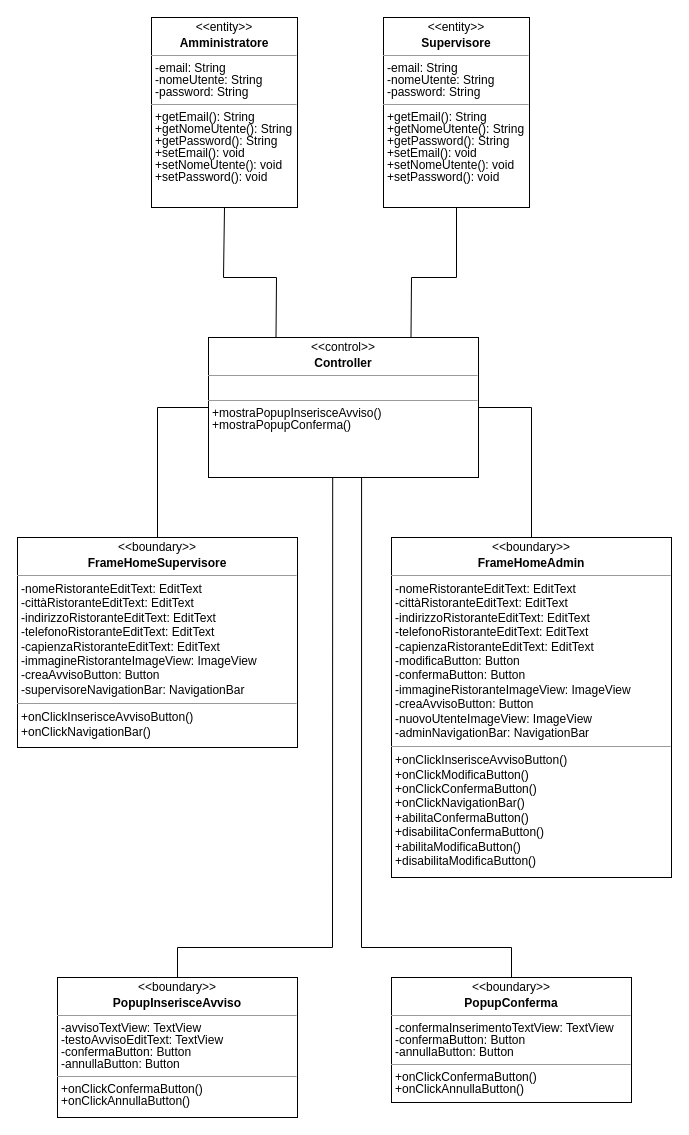
The draw.io diagram Documentazione/Class Diagram/Analisi/drawio/Analysis Class Diagram - Inserisce Avviso.drawio in vittorioruggiero/Progetto-IngSw, before the edit. Source tidied: cells renumbered, new cells numbered last; positions are measured from the earlier drawing's top-left corner, leaving out a move shared by most shapes. Both pictures are drawn from the tidied source at 100%, with x=0, y=0 at pixel (17, 17).
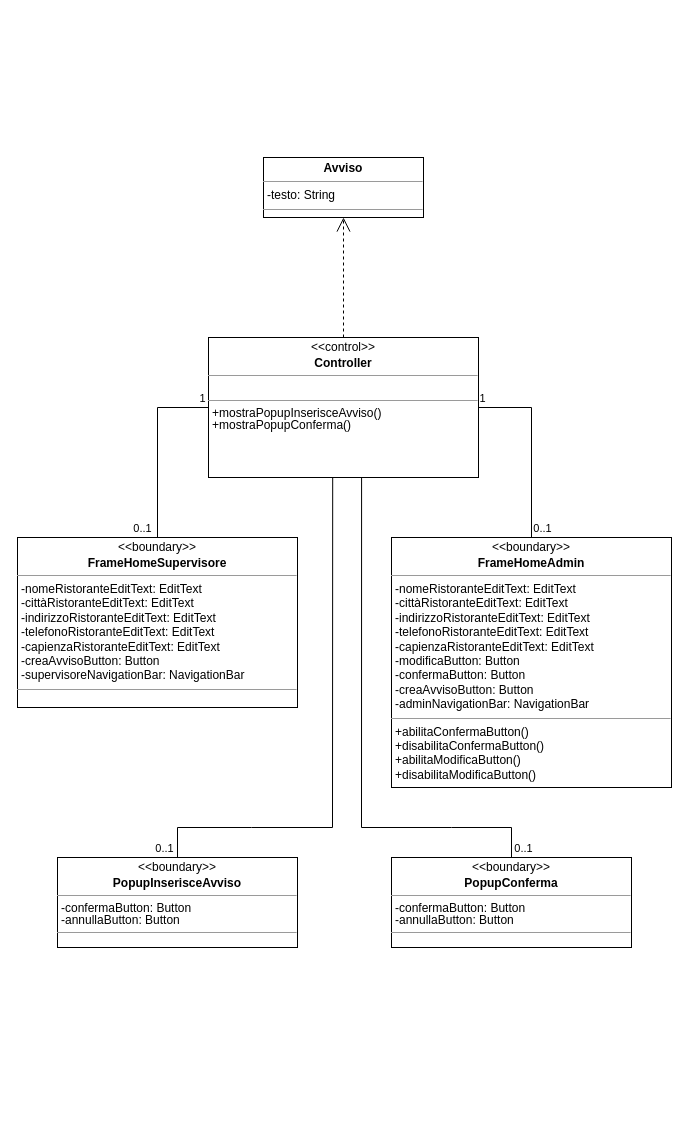
After the change.

Unchanged cells that the change refers to:
```xml
<mxCell id="6" value="&lt;p style=&quot;margin: 4px 0px 0px; text-align: center; line-height: 100%;&quot;&gt;&amp;lt;&amp;lt;control&amp;gt;&amp;gt;&lt;/p&gt;&lt;p style=&quot;margin: 4px 0px 0px; text-align: center; line-height: 100%;&quot;&gt;&lt;b&gt;Controller&lt;/b&gt;&lt;/p&gt;&lt;hr size=&quot;1&quot;&gt;&lt;p style=&quot;margin: 0px 0px 0px 4px; line-height: 100%;&quot;&gt;&lt;br&gt;&lt;/p&gt;&lt;hr size=&quot;1&quot;&gt;&lt;p style=&quot;margin: 0px 0px 0px 4px; line-height: 100%;&quot;&gt;&lt;span style=&quot;background-color: initial;&quot;&gt;+mostraPopupInserisceAvviso()&lt;/span&gt;&lt;br&gt;&lt;/p&gt;&lt;p style=&quot;margin: 0px 0px 0px 4px; line-height: 100%;&quot;&gt;+mostraPopupConferma()&lt;/p&gt;&lt;p style=&quot;margin: 0px 0px 0px 4px; line-height: 100%;&quot;&gt;&lt;br&gt;&lt;/p&gt;" style="verticalAlign=top;align=left;overflow=fill;fontSize=12;fontFamily=Helvetica;html=1;" parent="1" vertex="1">
  <mxGeometry x="191" y="320" width="270" height="140" as="geometry" />
</mxCell>
<mxCell id="8" style="endArrow=none;html=1;rounded=0;exitX=0.5;exitY=0;exitDx=0;exitDy=0;entryX=1;entryY=0.5;entryDx=0;entryDy=0;" parent="1" edge="1" source="3" target="6">
  <mxGeometry relative="1" as="geometry">
    <Array as="points">
      <mxPoint x="514" y="390" />
    </Array>
  </mxGeometry>
</mxCell>
<mxCell id="12" style="endArrow=none;html=1;rounded=0;entryX=0;entryY=0.5;entryDx=0;entryDy=0;exitX=0.5;exitY=0;exitDx=0;exitDy=0;" parent="1" edge="1" source="11" target="6">
  <mxGeometry relative="1" as="geometry">
    <Array as="points">
      <mxPoint x="140" y="390" />
    </Array>
  </mxGeometry>
</mxCell>
```

Diff of the diagram source:
```diff
@@
-    <mxCell id="2" value="&lt;p style=&quot;margin: 4px 0px 0px; text-align: center; line-height: 100%;&quot;&gt;&amp;lt;&amp;lt;entity&amp;gt;&amp;gt;&lt;/p&gt;&lt;p style=&quot;margin: 4px 0px 0px; text-align: center; line-height: 100%;&quot;&gt;&lt;b&gt;Amministratore&lt;/b&gt;&lt;/p&gt;&lt;hr style=&quot;line-height: 100%;&quot; size=&quot;1&quot;&gt;&lt;p style=&quot;margin: 0px 0px 0px 4px; line-height: 100%;&quot;&gt;-email: String&lt;/p&gt;&lt;p style=&quot;margin: 0px 0px 0px 4px; line-height: 100%;&quot;&gt;-nomeUtente: String&lt;/p&gt;&lt;p style=&quot;margin: 0px 0px 0px 4px; line-height: 100%;&quot;&gt;-password: String&lt;/p&gt;&lt;hr style=&quot;line-height: 100%;&quot; size=&quot;1&quot;&gt;&lt;p style=&quot;margin: 0px 0px 0px 4px; line-height: 100%;&quot;&gt;+getEmail(): String&lt;/p&gt;&lt;p style=&quot;margin: 0px 0px 0px 4px; line-height: 100%;&quot;&gt;+getNomeUtente(): String&lt;/p&gt;&lt;p style=&quot;margin: 0px 0px 0px 4px; line-height: 100%;&quot;&gt;+getPassword(): String&lt;/p&gt;&lt;p style=&quot;margin: 0px 0px 0px 4px; line-height: 100%;&quot;&gt;+setEmail(): void&lt;/p&gt;&lt;p style=&quot;margin: 0px 0px 0px 4px; line-height: 100%;&quot;&gt;+setNomeUtente(): void&lt;/p&gt;&lt;p style=&quot;margin: 0px 0px 0px 4px; line-height: 100%;&quot;&gt;+setPassword(): void&lt;/p&gt;" style="verticalAlign=top;align=left;overflow=fill;fontSize=12;fontFamily=Helvetica;html=1;" parent="1" vertex="1">
-      <mxGeometry x="134" width="146" height="190" as="geometry" />
-    </mxCell>
-    <mxCell id="3" value="&lt;p style=&quot;margin: 4px 0px 0px; text-align: center; line-height: 100%;&quot;&gt;&amp;lt;&amp;lt;boundary&amp;gt;&amp;gt;&lt;/p&gt;&lt;p style=&quot;margin: 4px 0px 0px; text-align: center; line-height: 100%;&quot;&gt;&lt;b&gt;FrameHomeAdmin&lt;/b&gt;&lt;/p&gt;&lt;hr size=&quot;1&quot;&gt;&lt;p style=&quot;border-color: var(--border-color); margin: 0px 0px 0px 4px;&quot;&gt;-nomeRistoranteEditText: EditText&lt;/p&gt;&lt;p style=&quot;border-color: var(--border-color); margin: 0px 0px 0px 4px;&quot;&gt;&lt;span style=&quot;border-color: var(--border-color); background-color: initial;&quot;&gt;-cittàRistoranteEditText: EditText&lt;/span&gt;&lt;/p&gt;&lt;p style=&quot;border-color: var(--border-color); margin: 0px 0px 0px 4px;&quot;&gt;&lt;span style=&quot;border-color: var(--border-color); background-color: initial;&quot;&gt;-indirizzoRistoranteEditText: EditText&lt;/span&gt;&lt;/p&gt;&lt;p style=&quot;border-color: var(--border-color); margin: 0px 0px 0px 4px;&quot;&gt;&lt;span style=&quot;border-color: var(--border-color); background-color: initial;&quot;&gt;-telefonoRistoranteEditText: EditText&lt;/span&gt;&lt;/p&gt;&lt;p style=&quot;border-color: var(--border-color); margin: 0px 0px 0px 4px;&quot;&gt;-capienzaRistoranteEditText: EditText&lt;/p&gt;&lt;p style=&quot;border-color: var(--border-color); margin: 0px 0px 0px 4px;&quot;&gt;-modificaButton: Button&lt;/p&gt;&lt;p style=&quot;border-color: var(--border-color); margin: 0px 0px 0px 4px;&quot;&gt;-confermaButton: Button&lt;/p&gt;&lt;p style=&quot;border-color: var(--border-color); margin: 0px 0px 0px 4px;&quot;&gt;-immagineRistoranteImageView: ImageView&lt;/p&gt;&lt;p style=&quot;margin:0px;margin-left:4px;&quot;&gt;-creaAvvisoButton: Button&lt;/p&gt;&lt;p style=&quot;margin:0px;margin-left:4px;&quot;&gt;-nuovoUtenteImageView: ImageView&lt;/p&gt;&lt;p style=&quot;margin:0px;margin-left:4px;&quot;&gt;-adminNavigationBar: NavigationBar&lt;/p&gt;&lt;hr size=&quot;1&quot;&gt;&lt;p style=&quot;margin:0px;margin-left:4px;&quot;&gt;+onClickInserisceAvvisoButton()&lt;/p&gt;&lt;p style=&quot;border-color: var(--border-color); margin: 0px 0px 0px 4px;&quot;&gt;+onClickModificaButton()&lt;/p&gt;&lt;p style=&quot;border-color: var(--border-color); margin: 0px 0px 0px 4px;&quot;&gt;+onClickConfermaButton()&lt;/p&gt;&lt;p style=&quot;border-color: var(--border-color); margin: 0px 0px 0px 4px;&quot;&gt;+onClickNavigationBar()&lt;/p&gt;&lt;p style=&quot;border-color: var(--border-color); margin: 0px 0px 0px 4px;&quot;&gt;+abilitaConfermaButton()&lt;/p&gt;&lt;p style=&quot;border-color: var(--border-color); margin: 0px 0px 0px 4px;&quot;&gt;+disabilitaConfermaButton()&lt;br style=&quot;border-color: var(--border-color);&quot;&gt;&lt;/p&gt;&lt;p style=&quot;border-color: var(--border-color); margin: 0px 0px 0px 4px;&quot;&gt;+abilitaModificaButton()&lt;/p&gt;&lt;p style=&quot;border-color: var(--border-color); margin: 0px 0px 0px 4px;&quot;&gt;+disabilitaModificaButton()&lt;/p&gt;" style="verticalAlign=top;align=left;overflow=fill;fontSize=12;fontFamily=Helvetica;html=1;spacing=2;" parent="1" vertex="1">
-      <mxGeometry x="374" y="520" width="280" height="340" as="geometry" />
+    <mxCell id="3" value="&lt;p style=&quot;margin: 4px 0px 0px; text-align: center; line-height: 100%;&quot;&gt;&amp;lt;&amp;lt;boundary&amp;gt;&amp;gt;&lt;/p&gt;&lt;p style=&quot;margin: 4px 0px 0px; text-align: center; line-height: 100%;&quot;&gt;&lt;b&gt;FrameHomeAdmin&lt;/b&gt;&lt;/p&gt;&lt;hr size=&quot;1&quot;&gt;&lt;p style=&quot;border-color: var(--border-color); margin: 0px 0px 0px 4px;&quot;&gt;-nomeRistoranteEditText: EditText&lt;/p&gt;&lt;p style=&quot;border-color: var(--border-color); margin: 0px 0px 0px 4px;&quot;&gt;&lt;span style=&quot;border-color: var(--border-color); background-color: initial;&quot;&gt;-cittàRistoranteEditText: EditText&lt;/span&gt;&lt;/p&gt;&lt;p style=&quot;border-color: var(--border-color); margin: 0px 0px 0px 4px;&quot;&gt;&lt;span style=&quot;border-color: var(--border-color); background-color: initial;&quot;&gt;-indirizzoRistoranteEditText: EditText&lt;/span&gt;&lt;/p&gt;&lt;p style=&quot;border-color: var(--border-color); margin: 0px 0px 0px 4px;&quot;&gt;&lt;span style=&quot;border-color: var(--border-color); background-color: initial;&quot;&gt;-telefonoRistoranteEditText: EditText&lt;/span&gt;&lt;/p&gt;&lt;p style=&quot;border-color: var(--border-color); margin: 0px 0px 0px 4px;&quot;&gt;-capienzaRistoranteEditText: EditText&lt;/p&gt;&lt;p style=&quot;border-color: var(--border-color); margin: 0px 0px 0px 4px;&quot;&gt;-modificaButton: Button&lt;/p&gt;&lt;p style=&quot;border-color: var(--border-color); margin: 0px 0px 0px 4px;&quot;&gt;-confermaButton: Button&lt;/p&gt;&lt;p style=&quot;margin:0px;margin-left:4px;&quot;&gt;-creaAvvisoButton: Button&lt;/p&gt;&lt;p style=&quot;margin:0px;margin-left:4px;&quot;&gt;-adminNavigationBar: NavigationBar&lt;/p&gt;&lt;hr size=&quot;1&quot;&gt;&lt;p style=&quot;margin:0px;margin-left:4px;&quot;&gt;&lt;span style=&quot;background-color: initial;&quot;&gt;+abilitaConfermaButton()&lt;/span&gt;&lt;br&gt;&lt;/p&gt;&lt;p style=&quot;border-color: var(--border-color); margin: 0px 0px 0px 4px;&quot;&gt;+disabilitaConfermaButton()&lt;br style=&quot;border-color: var(--border-color);&quot;&gt;&lt;/p&gt;&lt;p style=&quot;border-color: var(--border-color); margin: 0px 0px 0px 4px;&quot;&gt;+abilitaModificaButton()&lt;/p&gt;&lt;p style=&quot;border-color: var(--border-color); margin: 0px 0px 0px 4px;&quot;&gt;+disabilitaModificaButton()&lt;/p&gt;" style="verticalAlign=top;align=left;overflow=fill;fontSize=12;fontFamily=Helvetica;html=1;spacing=2;" parent="1" vertex="1">
+      <mxGeometry x="374" y="520" width="280" height="250" as="geometry" />
     </mxCell>
-    <mxCell id="4" value="&lt;p style=&quot;margin: 4px 0px 0px; text-align: center; line-height: 100%;&quot;&gt;&amp;lt;&amp;lt;boundary&amp;gt;&amp;gt;&lt;/p&gt;&lt;p style=&quot;margin: 4px 0px 0px; text-align: center; line-height: 100%;&quot;&gt;&lt;b&gt;PopupInserisceAvviso&lt;/b&gt;&lt;/p&gt;&lt;hr style=&quot;line-height: 100%;&quot; size=&quot;1&quot;&gt;&lt;p style=&quot;margin: 0px 0px 0px 4px; line-height: 100%;&quot;&gt;-avvisoTextView: TextView&lt;/p&gt;&lt;p style=&quot;margin: 0px 0px 0px 4px; line-height: 100%;&quot;&gt;-testoAvvisoEditText: TextView&lt;/p&gt;&lt;p style=&quot;margin: 0px 0px 0px 4px; line-height: 100%;&quot;&gt;-confermaButton: Button&lt;/p&gt;&lt;p style=&quot;margin: 0px 0px 0px 4px; line-height: 100%;&quot;&gt;-annullaButton: Button&lt;/p&gt;&lt;hr style=&quot;line-height: 100%;&quot; size=&quot;1&quot;&gt;&lt;p style=&quot;margin: 0px 0px 0px 4px; line-height: 100%;&quot;&gt;+onClickConfermaButton()&lt;/p&gt;&lt;p style=&quot;margin: 0px 0px 0px 4px; line-height: 100%;&quot;&gt;+onClickAnnullaButton()&lt;/p&gt;" style="verticalAlign=top;align=left;overflow=fill;fontSize=12;fontFamily=Helvetica;html=1;" parent="1" vertex="1">
-      <mxGeometry x="40" y="960" width="240" height="140" as="geometry" />
+    <mxCell id="4" value="&lt;p style=&quot;margin: 4px 0px 0px; text-align: center; line-height: 100%;&quot;&gt;&amp;lt;&amp;lt;boundary&amp;gt;&amp;gt;&lt;/p&gt;&lt;p style=&quot;margin: 4px 0px 0px; text-align: center; line-height: 100%;&quot;&gt;&lt;b&gt;PopupInserisceAvviso&lt;/b&gt;&lt;/p&gt;&lt;hr style=&quot;line-height: 100%;&quot; size=&quot;1&quot;&gt;&lt;p style=&quot;margin: 0px 0px 0px 4px; line-height: 100%;&quot;&gt;&lt;span style=&quot;background-color: initial;&quot;&gt;-confermaButton: Button&lt;/span&gt;&lt;br&gt;&lt;/p&gt;&lt;p style=&quot;margin: 0px 0px 0px 4px; line-height: 100%;&quot;&gt;-annullaButton: Button&lt;/p&gt;&lt;hr style=&quot;line-height: 100%;&quot; size=&quot;1&quot;&gt;&lt;p style=&quot;margin: 0px 0px 0px 4px; line-height: 100%;&quot;&gt;&lt;br&gt;&lt;/p&gt;" style="verticalAlign=top;align=left;overflow=fill;fontSize=12;fontFamily=Helvetica;html=1;" parent="1" vertex="1">
+      <mxGeometry x="40" y="840" width="240" height="90" as="geometry" />
     </mxCell>
-    <mxCell id="5" value="&lt;p style=&quot;margin: 4px 0px 0px; text-align: center; line-height: 100%;&quot;&gt;&amp;lt;&amp;lt;boundary&amp;gt;&amp;gt;&lt;/p&gt;&lt;p style=&quot;margin: 4px 0px 0px; text-align: center; line-height: 100%;&quot;&gt;&lt;b&gt;PopupConferma&lt;/b&gt;&lt;/p&gt;&lt;hr style=&quot;line-height: 100%;&quot; size=&quot;1&quot;&gt;&lt;p style=&quot;margin: 0px 0px 0px 4px; line-height: 100%;&quot;&gt;-confermaInserimentoTextView: TextView&lt;/p&gt;&lt;p style=&quot;margin: 0px 0px 0px 4px; line-height: 100%;&quot;&gt;-confermaButton: Button&lt;/p&gt;&lt;p style=&quot;margin: 0px 0px 0px 4px; line-height: 100%;&quot;&gt;-annullaButton: Button&lt;/p&gt;&lt;hr style=&quot;line-height: 100%;&quot; size=&quot;1&quot;&gt;&lt;p style=&quot;margin: 0px 0px 0px 4px; line-height: 100%;&quot;&gt;+onClickConfermaButton()&lt;/p&gt;&lt;p style=&quot;margin: 0px 0px 0px 4px; line-height: 100%;&quot;&gt;+onClickAnnullaButton()&lt;/p&gt;" style="verticalAlign=top;align=left;overflow=fill;fontSize=12;fontFamily=Helvetica;html=1;" parent="1" vertex="1">
-      <mxGeometry x="374" y="960" width="240" height="125" as="geometry" />
+    <mxCell id="5" value="&lt;p style=&quot;margin: 4px 0px 0px; text-align: center; line-height: 100%;&quot;&gt;&amp;lt;&amp;lt;boundary&amp;gt;&amp;gt;&lt;/p&gt;&lt;p style=&quot;margin: 4px 0px 0px; text-align: center; line-height: 100%;&quot;&gt;&lt;b&gt;PopupConferma&lt;/b&gt;&lt;/p&gt;&lt;hr style=&quot;line-height: 100%;&quot; size=&quot;1&quot;&gt;&lt;p style=&quot;margin: 0px 0px 0px 4px; line-height: 100%;&quot;&gt;&lt;span style=&quot;background-color: initial;&quot;&gt;-confermaButton: Button&lt;/span&gt;&lt;br&gt;&lt;/p&gt;&lt;p style=&quot;margin: 0px 0px 0px 4px; line-height: 100%;&quot;&gt;-annullaButton: Button&lt;/p&gt;&lt;hr style=&quot;line-height: 100%;&quot; size=&quot;1&quot;&gt;&lt;p style=&quot;margin: 0px 0px 0px 4px; line-height: 100%;&quot;&gt;&lt;br&gt;&lt;/p&gt;" style="verticalAlign=top;align=left;overflow=fill;fontSize=12;fontFamily=Helvetica;html=1;" parent="1" vertex="1">
+      <mxGeometry x="374" y="840" width="240" height="90" as="geometry" />
     </mxCell>
@@
-    <mxCell id="7" style="endArrow=none;html=1;rounded=0;entryX=0.5;entryY=1;entryDx=0;entryDy=0;exitX=0.25;exitY=0;exitDx=0;exitDy=0;" parent="1" edge="1" source="6" target="2">
-      <mxGeometry relative="1" as="geometry">
-        <Array as="points">
-          <mxPoint x="259" y="260" />
-          <mxPoint x="206" y="260" />
-        </Array>
-      </mxGeometry>
-    </mxCell>
@@
-    <mxCell id="9" value="&lt;p style=&quot;margin: 4px 0px 0px; text-align: center; line-height: 100%;&quot;&gt;&amp;lt;&amp;lt;entity&amp;gt;&amp;gt;&lt;/p&gt;&lt;p style=&quot;margin: 4px 0px 0px; text-align: center; line-height: 100%;&quot;&gt;&lt;b&gt;Supervisore&lt;/b&gt;&lt;/p&gt;&lt;hr style=&quot;line-height: 100%;&quot; size=&quot;1&quot;&gt;&lt;p style=&quot;margin: 0px 0px 0px 4px; line-height: 100%;&quot;&gt;-email: String&lt;/p&gt;&lt;p style=&quot;margin: 0px 0px 0px 4px; line-height: 100%;&quot;&gt;-nomeUtente: String&lt;/p&gt;&lt;p style=&quot;margin: 0px 0px 0px 4px; line-height: 100%;&quot;&gt;-password: String&lt;/p&gt;&lt;hr style=&quot;line-height: 100%;&quot; size=&quot;1&quot;&gt;&lt;p style=&quot;margin: 0px 0px 0px 4px; line-height: 100%;&quot;&gt;+getEmail(): String&lt;/p&gt;&lt;p style=&quot;margin: 0px 0px 0px 4px; line-height: 100%;&quot;&gt;+getNomeUtente(): String&lt;/p&gt;&lt;p style=&quot;margin: 0px 0px 0px 4px; line-height: 100%;&quot;&gt;+getPassword(): String&lt;/p&gt;&lt;p style=&quot;margin: 0px 0px 0px 4px; line-height: 100%;&quot;&gt;+setEmail(): void&lt;/p&gt;&lt;p style=&quot;margin: 0px 0px 0px 4px; line-height: 100%;&quot;&gt;+setNomeUtente(): void&lt;/p&gt;&lt;p style=&quot;margin: 0px 0px 0px 4px; line-height: 100%;&quot;&gt;+setPassword(): void&lt;/p&gt;" style="verticalAlign=top;align=left;overflow=fill;fontSize=12;fontFamily=Helvetica;html=1;" parent="1" vertex="1">
-      <mxGeometry x="366" width="146" height="190" as="geometry" />
-    </mxCell>
-    <mxCell id="10" style="endArrow=none;html=1;rounded=0;entryX=0.5;entryY=1;entryDx=0;entryDy=0;exitX=0.75;exitY=0;exitDx=0;exitDy=0;" parent="1" edge="1" source="6" target="9">
-      <mxGeometry relative="1" as="geometry">
-        <Array as="points">
-          <mxPoint x="394" y="260" />
-          <mxPoint x="439" y="260" />
-        </Array>
-      </mxGeometry>
-    </mxCell>
+    <mxCell id="15" value="0..1" style="edgeLabel;html=1;align=center;verticalAlign=middle;" parent="8" vertex="1">
+      <mxGeometry x="-0.18" y="-2" relative="1" as="geometry">
+        <mxPoint x="8" y="65" as="offset" />
+      </mxGeometry>
+    </mxCell>
+    <mxCell id="16" value="1" style="edgeLabel;html=1;align=center;verticalAlign=middle;" parent="8" vertex="1">
+      <mxGeometry x="0.21" y="1" relative="1" as="geometry">
+        <mxPoint x="-49" y="-29" as="offset" />
+      </mxGeometry>
+    </mxCell>
-    <mxCell id="11" value="&lt;p style=&quot;margin: 4px 0px 0px; text-align: center; line-height: 100%;&quot;&gt;&amp;lt;&amp;lt;boundary&amp;gt;&amp;gt;&lt;/p&gt;&lt;p style=&quot;margin: 4px 0px 0px; text-align: center; line-height: 100%;&quot;&gt;&lt;b&gt;FrameHomeSupervisore&lt;/b&gt;&lt;/p&gt;&lt;hr size=&quot;1&quot;&gt;&lt;p style=&quot;border-color: var(--border-color); margin: 0px 0px 0px 4px;&quot;&gt;-nomeRistoranteEditText: EditText&lt;/p&gt;&lt;p style=&quot;border-color: var(--border-color); margin: 0px 0px 0px 4px;&quot;&gt;&lt;span style=&quot;border-color: var(--border-color); background-color: initial;&quot;&gt;-cittàRistoranteEditText: EditText&lt;/span&gt;&lt;/p&gt;&lt;p style=&quot;border-color: var(--border-color); margin: 0px 0px 0px 4px;&quot;&gt;&lt;span style=&quot;border-color: var(--border-color); background-color: initial;&quot;&gt;-indirizzoRistoranteEditText: EditText&lt;/span&gt;&lt;/p&gt;&lt;p style=&quot;border-color: var(--border-color); margin: 0px 0px 0px 4px;&quot;&gt;&lt;span style=&quot;border-color: var(--border-color); background-color: initial;&quot;&gt;-telefonoRistoranteEditText: EditText&lt;/span&gt;&lt;/p&gt;&lt;p style=&quot;border-color: var(--border-color); margin: 0px 0px 0px 4px;&quot;&gt;-capienzaRistoranteEditText: EditText&lt;/p&gt;&lt;p style=&quot;border-color: var(--border-color); margin: 0px 0px 0px 4px;&quot;&gt;-immagineRistoranteImageView: ImageView&lt;/p&gt;&lt;p style=&quot;margin:0px;margin-left:4px;&quot;&gt;-creaAvvisoButton: Button&lt;/p&gt;&lt;p style=&quot;margin:0px;margin-left:4px;&quot;&gt;-supervisoreNavigationBar: NavigationBar&lt;/p&gt;&lt;hr size=&quot;1&quot;&gt;&lt;p style=&quot;margin:0px;margin-left:4px;&quot;&gt;+onClickInserisceAvvisoButton()&lt;/p&gt;&lt;p style=&quot;border-color: var(--border-color); margin: 0px 0px 0px 4px;&quot;&gt;+onClickNavigationBar()&lt;/p&gt;" style="verticalAlign=top;align=left;overflow=fill;fontSize=12;fontFamily=Helvetica;html=1;spacing=2;" parent="1" vertex="1">
-      <mxGeometry y="520" width="280" height="210" as="geometry" />
+    <mxCell id="11" value="&lt;p style=&quot;margin: 4px 0px 0px; text-align: center; line-height: 100%;&quot;&gt;&amp;lt;&amp;lt;boundary&amp;gt;&amp;gt;&lt;/p&gt;&lt;p style=&quot;margin: 4px 0px 0px; text-align: center; line-height: 100%;&quot;&gt;&lt;b&gt;FrameHomeSupervisore&lt;/b&gt;&lt;/p&gt;&lt;hr size=&quot;1&quot;&gt;&lt;p style=&quot;border-color: var(--border-color); margin: 0px 0px 0px 4px;&quot;&gt;-nomeRistoranteEditText: EditText&lt;/p&gt;&lt;p style=&quot;border-color: var(--border-color); margin: 0px 0px 0px 4px;&quot;&gt;&lt;span style=&quot;border-color: var(--border-color); background-color: initial;&quot;&gt;-cittàRistoranteEditText: EditText&lt;/span&gt;&lt;/p&gt;&lt;p style=&quot;border-color: var(--border-color); margin: 0px 0px 0px 4px;&quot;&gt;&lt;span style=&quot;border-color: var(--border-color); background-color: initial;&quot;&gt;-indirizzoRistoranteEditText: EditText&lt;/span&gt;&lt;/p&gt;&lt;p style=&quot;border-color: var(--border-color); margin: 0px 0px 0px 4px;&quot;&gt;&lt;span style=&quot;border-color: var(--border-color); background-color: initial;&quot;&gt;-telefonoRistoranteEditText: EditText&lt;/span&gt;&lt;/p&gt;&lt;p style=&quot;border-color: var(--border-color); margin: 0px 0px 0px 4px;&quot;&gt;-capienzaRistoranteEditText: EditText&lt;/p&gt;&lt;p style=&quot;margin:0px;margin-left:4px;&quot;&gt;-creaAvvisoButton: Button&lt;/p&gt;&lt;p style=&quot;margin:0px;margin-left:4px;&quot;&gt;-supervisoreNavigationBar: NavigationBar&lt;/p&gt;&lt;hr size=&quot;1&quot;&gt;&lt;p style=&quot;margin:0px;margin-left:4px;&quot;&gt;&lt;br&gt;&lt;/p&gt;" style="verticalAlign=top;align=left;overflow=fill;fontSize=12;fontFamily=Helvetica;html=1;spacing=2;" parent="1" vertex="1">
+      <mxGeometry y="520" width="280" height="170" as="geometry" />
     </mxCell>
@@
+    <mxCell id="17" value="0..1" style="edgeLabel;html=1;align=center;verticalAlign=middle;" parent="12" vertex="1">
+      <mxGeometry x="0.25" y="-1" relative="1" as="geometry">
+        <mxPoint x="-17" y="103" as="offset" />
+      </mxGeometry>
+    </mxCell>
+    <mxCell id="18" value="1" style="edgeLabel;html=1;align=center;verticalAlign=middle;" parent="12" vertex="1">
+      <mxGeometry x="0.09" relative="1" as="geometry">
+        <mxPoint x="44" y="-41" as="offset" />
+      </mxGeometry>
+    </mxCell>
     <mxCell id="13" style="endArrow=none;html=1;rounded=0;entryX=0.46;entryY=1.001;entryDx=0;entryDy=0;entryPerimeter=0;exitX=0.5;exitY=0;exitDx=0;exitDy=0;" parent="1" edge="1" source="4" target="6">
       <mxGeometry relative="1" as="geometry">
         <Array as="points">
-          <mxPoint x="160" y="930" />
-          <mxPoint x="315" y="930" />
+          <mxPoint x="160" y="810" />
+          <mxPoint x="234" y="810" />
+          <mxPoint x="315" y="810" />
         </Array>
       </mxGeometry>
     </mxCell>
+    <mxCell id="19" value="0..1" style="edgeLabel;html=1;align=center;verticalAlign=middle;" parent="13" vertex="1">
+      <mxGeometry x="-0.67" y="-3" relative="1" as="geometry">
+        <mxPoint x="-72" y="17" as="offset" />
+      </mxGeometry>
+    </mxCell>
     <mxCell id="14" style="endArrow=none;html=1;rounded=0;entryX=0.567;entryY=1;entryDx=0;entryDy=0;entryPerimeter=0;exitX=0.5;exitY=0;exitDx=0;exitDy=0;" parent="1" edge="1" source="5" target="6">
       <mxGeometry relative="1" as="geometry">
         <Array as="points">
-          <mxPoint x="494" y="930" />
-          <mxPoint x="344" y="930" />
+          <mxPoint x="494" y="810" />
+          <mxPoint x="434" y="810" />
+          <mxPoint x="344" y="810" />
         </Array>
       </mxGeometry>
     </mxCell>
+    <mxCell id="20" value="0..1" style="edgeLabel;html=1;align=center;verticalAlign=middle;" parent="14" vertex="1">
+      <mxGeometry x="-0.61" y="-1" relative="1" as="geometry">
+        <mxPoint x="84" y="21" as="offset" />
+      </mxGeometry>
+    </mxCell>
+    <mxCell id="21" value="&lt;p style=&quot;margin:0px;margin-top:4px;text-align:center;&quot;&gt;&lt;b&gt;Avviso&lt;/b&gt;&lt;/p&gt;&lt;hr size=&quot;1&quot;&gt;&lt;p style=&quot;margin:0px;margin-left:4px;&quot;&gt;-testo: String&lt;/p&gt;&lt;hr size=&quot;1&quot;&gt;&lt;p style=&quot;margin:0px;margin-left:4px;&quot;&gt;&lt;br&gt;&lt;/p&gt;" style="verticalAlign=top;align=left;overflow=fill;fontSize=12;fontFamily=Helvetica;html=1;" parent="1" vertex="1">
+      <mxGeometry x="246" y="140" width="160" height="60" as="geometry" />
+    </mxCell>
+    <mxCell id="22" style="endArrow=open;endSize=12;dashed=1;html=1;rounded=0;entryX=0.5;entryY=1;entryDx=0;entryDy=0;exitX=0.5;exitY=0;exitDx=0;exitDy=0;" parent="1" edge="1" source="6" target="21">
+      <mxGeometry relative="1" as="geometry" />
+    </mxCell>
```
